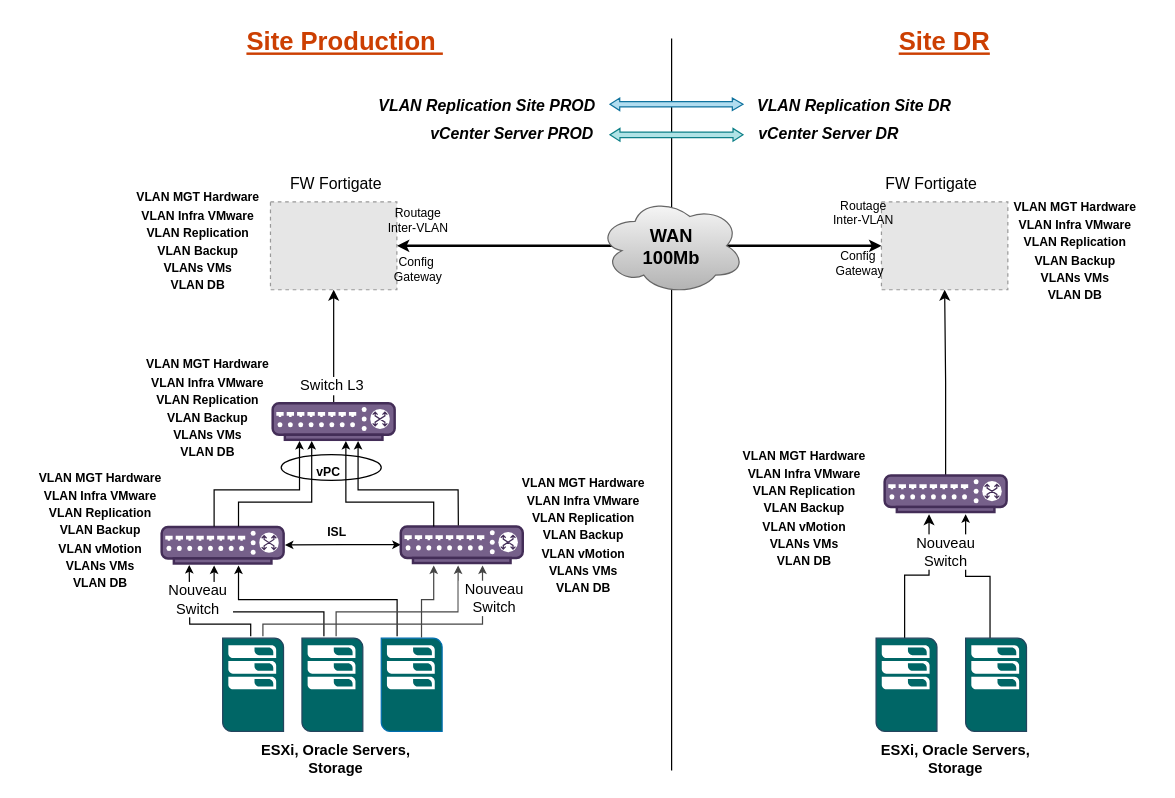
Before: BIM_Network_F.drawio in DrXneaky/Diagram, a draw.io diagram. Source tidied: cells renumbered, new cells numbered last; positions are measured from the earlier drawing's top-left corner, leaving out a move shared by most shapes. Both pictures are drawn from the tidied source at 122%, with x=0, y=0 at pixel (21, 22). Pictures stored in the file or linked from it are replaced by grey dashed boxes.
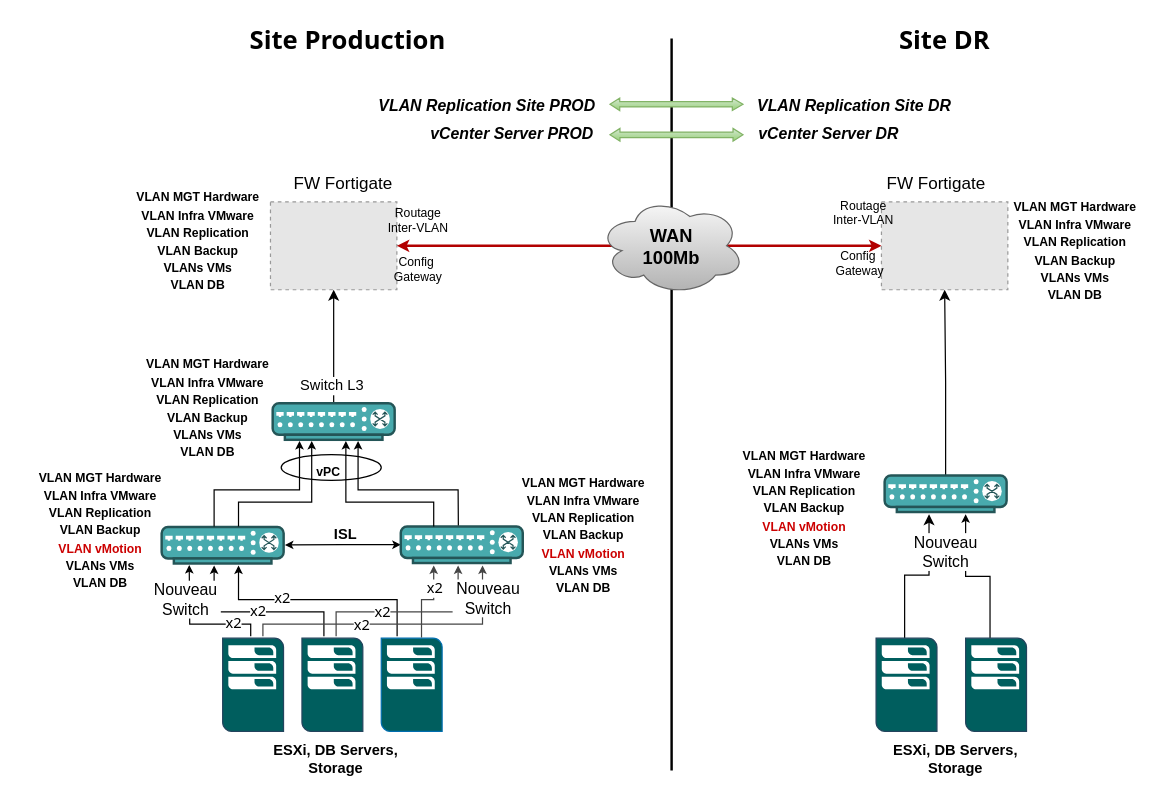
The same page after the edit.

Unchanged cells that the change refers to:
```xml
<mxCell id="12" style="fillColor=#E6E6E6;strokeColor=#999999;dashed=1;verticalLabelPosition=bottom;verticalAlign=top;rotation=0;" parent="1" vertex="1">
  <mxGeometry x="204.2" y="147" width="103.6" height="72" as="geometry" />
</mxCell>
<mxCell id="13" style="fillColor=#E6E6E6;strokeColor=#999999;dashed=1;verticalLabelPosition=bottom;verticalAlign=top;rotation=0;" parent="1" vertex="1">
  <mxGeometry x="705" y="147" width="103.6" height="72" as="geometry" />
</mxCell>
<mxCell id="28" value="&lt;b style=&quot;font-size: 15px&quot;&gt;&lt;font style=&quot;font-size: 15px&quot;&gt;WAN&lt;br&gt;100Mb&lt;br&gt;&lt;/font&gt;&lt;/b&gt;" style="ellipse;shape=cloud;whiteSpace=wrap;html=1;fontSize=10;fillColor=#f5f5f5;gradientColor=#b3b3b3;strokeColor=#666666;" parent="1" vertex="1">
  <mxGeometry x="473" y="143" width="120" height="80" as="geometry" />
</mxCell>
<mxCell id="37" style="endArrow=classic;html=1;rounded=0;startSize=4;endSize=4;endFill=1;entryX=0.226;entryY=1.038;entryDx=0;entryDy=0;entryPerimeter=0;" parent="1" edge="1" target="6">
  <mxGeometry relative="1" as="geometry">
    <mxPoint x="188" y="503" as="sourcePoint" />
    <Array as="points">
      <mxPoint x="188" y="493" />
      <mxPoint x="138" y="493" />
    </Array>
  </mxGeometry>
</mxCell>
<mxCell id="38" style="endArrow=classic;html=1;rounded=0;startSize=4;endSize=4;endFill=1;" parent="1" edge="1">
  <mxGeometry relative="1" as="geometry">
    <mxPoint x="308" y="503" as="sourcePoint" />
    <mxPoint x="178" y="445" as="targetPoint" />
    <Array as="points">
      <mxPoint x="308" y="473" />
      <mxPoint x="178" y="473" />
    </Array>
  </mxGeometry>
</mxCell>
<mxCell id="39" style="endArrow=classic;html=1;rounded=0;startSize=4;endSize=4;endFill=1;" parent="1" edge="1">
  <mxGeometry relative="1" as="geometry">
    <mxPoint x="248" y="503" as="sourcePoint" />
    <mxPoint x="158" y="445" as="targetPoint" />
    <Array as="points">
      <mxPoint x="248" y="483" />
      <mxPoint x="158" y="483" />
    </Array>
  </mxGeometry>
</mxCell>
<mxCell id="40" style="endArrow=classic;html=1;rounded=0;startSize=4;endSize=4;endFill=1;strokeColor=#454545;" parent="1" edge="1">
  <mxGeometry relative="1" as="geometry">
    <mxPoint x="328" y="504" as="sourcePoint" />
    <mxPoint x="338" y="445" as="targetPoint" />
    <Array as="points">
      <mxPoint x="328" y="473" />
      <mxPoint x="338" y="473" />
    </Array>
  </mxGeometry>
</mxCell>
<mxCell id="41" style="endArrow=classic;html=1;rounded=0;startSize=4;endSize=4;endFill=1;strokeColor=#454545;" parent="1" edge="1">
  <mxGeometry relative="1" as="geometry">
    <mxPoint x="258" y="503" as="sourcePoint" />
    <mxPoint x="358" y="445" as="targetPoint" />
    <Array as="points">
      <mxPoint x="258" y="483" />
      <mxPoint x="358" y="483" />
    </Array>
  </mxGeometry>
</mxCell>
<mxCell id="42" style="endArrow=classic;html=1;rounded=0;startSize=4;endSize=4;endFill=1;strokeColor=#454545;" parent="1" edge="1">
  <mxGeometry relative="1" as="geometry">
    <mxPoint x="198" y="503" as="sourcePoint" />
    <mxPoint x="378" y="445" as="targetPoint" />
    <Array as="points">
      <mxPoint x="198" y="493" />
      <mxPoint x="378" y="493" />
    </Array>
  </mxGeometry>
</mxCell>
```

Diff of the diagram source:
```diff
@@
-    <mxCell id="3" style="fontColor=#ffffff;verticalAlign=top;verticalLabelPosition=bottom;labelPosition=center;align=center;html=1;outlineConnect=0;fillColor=#76608a;strokeColor=#432D57;gradientDirection=north;strokeWidth=2;shape=mxgraph.networks.switch;" parent="1" vertex="1">
+    <mxCell id="3" style="fontColor=#ffffff;verticalAlign=top;verticalLabelPosition=bottom;labelPosition=center;align=center;html=1;outlineConnect=0;fillColor=#48AAAD;strokeColor=#245557;gradientDirection=north;strokeWidth=2;shape=mxgraph.networks.switch;" parent="1" vertex="1">
       <mxGeometry x="206" y="312" width="100" height="30" as="geometry" />
     </mxCell>
@@
-    <mxCell id="5" style="verticalAlign=top;verticalLabelPosition=bottom;labelPosition=center;align=center;html=1;outlineConnect=0;gradientDirection=north;strokeWidth=2;shape=mxgraph.networks.switch;fillColor=#76608a;fontColor=#ffffff;strokeColor=#432D57;" parent="1" vertex="1">
+    <mxCell id="5" style="verticalAlign=top;verticalLabelPosition=bottom;labelPosition=center;align=center;html=1;outlineConnect=0;gradientDirection=north;strokeWidth=2;shape=mxgraph.networks.switch;fillColor=#48AAAD;fontColor=#ffffff;strokeColor=#245557;" parent="1" vertex="1">
       <mxGeometry x="311" y="413" width="100" height="30" as="geometry" />
     </mxCell>
-    <mxCell id="6" style="fontColor=#ffffff;verticalAlign=top;verticalLabelPosition=bottom;labelPosition=center;align=center;html=1;outlineConnect=0;fillColor=#76608a;strokeColor=#432D57;gradientDirection=north;strokeWidth=2;shape=mxgraph.networks.switch;" parent="1" vertex="1">
+    <mxCell id="6" style="fontColor=#ffffff;verticalAlign=top;verticalLabelPosition=bottom;labelPosition=center;align=center;html=1;outlineConnect=0;fillColor=#48AAAD;strokeColor=#245557;gradientDirection=north;strokeWidth=2;shape=mxgraph.networks.switch;" parent="1" vertex="1">
       <mxGeometry x="115" y="413.4" width="100" height="30" as="geometry" />
     </mxCell>
-    <mxCell id="7" style="shadow=0;dashed=0;html=1;strokeColor=#23445d;fillColor=#006666;labelPosition=center;verticalLabelPosition=bottom;verticalAlign=top;align=center;shape=mxgraph.veeam.2d.esx_esxi;" parent="1" vertex="1">
+    <mxCell id="7" style="shadow=0;dashed=0;html=1;strokeColor=#23445d;fillColor=#005E5E;labelPosition=center;verticalLabelPosition=bottom;verticalAlign=top;align=center;shape=mxgraph.veeam.2d.esx_esxi;" parent="1" vertex="1">
       <mxGeometry x="165" y="504.6" width="49.9" height="76.4" as="geometry" />
     </mxCell>
@@
-    <mxCell id="9" style="fontColor=#ffffff;verticalAlign=top;verticalLabelPosition=bottom;labelPosition=center;align=center;html=1;outlineConnect=0;fillColor=#76608a;strokeColor=#432D57;gradientDirection=north;strokeWidth=2;shape=mxgraph.networks.switch;" parent="1" vertex="1">
+    <mxCell id="9" style="fontColor=#ffffff;verticalAlign=top;verticalLabelPosition=bottom;labelPosition=center;align=center;html=1;outlineConnect=0;fillColor=#48AAAD;strokeColor=#245557;gradientDirection=north;strokeWidth=2;shape=mxgraph.networks.switch;" parent="1" vertex="1">
       <mxGeometry x="707.6" y="371.2" width="100" height="30" as="geometry" />
     </mxCell>
-    <mxCell id="10" style="endArrow=none;html=1;rounded=0;" parent="1" edge="1">
+    <mxCell id="10" style="endArrow=none;html=1;rounded=0;fontSize=12;strokeWidth=2;" parent="1" edge="1">
       <mxGeometry relative="1" as="geometry">
         <mxPoint x="533" y="613" as="sourcePoint" />
         <mxPoint x="533" y="13" as="targetPoint" />
       </mxGeometry>
     </mxCell>
-    <mxCell id="11" style="edgeStyle=orthogonalEdgeStyle;rounded=0;jettySize=auto;html=1;exitX=1;exitY=0.5;exitDx=0;exitDy=0;entryX=0.16;entryY=0.55;entryDx=0;entryDy=0;entryPerimeter=0;fontSize=11;startArrow=classic;startFill=1;endArrow=none;endFill=0;startSize=4;endSize=4;strokeColor=#000000;strokeWidth=2;" parent="1" edge="1" source="12" target="28">
-      <mxGeometry relative="1" as="geometry">
-        <Array as="points">
-          <mxPoint x="507" y="183" />
-          <mxPoint x="507" y="187" />
-        </Array>
-      </mxGeometry>
-    </mxCell>
@@
-    <mxCell id="19" value="&lt;span style=&quot;font-size: 10px&quot;&gt;&lt;b&gt;ISL&lt;/b&gt;&lt;/span&gt;" style="text;html=1;strokeColor=none;fillColor=none;align=center;verticalAlign=middle;whiteSpace=wrap;rounded=0;" parent="1" vertex="1">
-      <mxGeometry x="244" y="407.5" width="30" height="19" as="geometry" />
+    <mxCell id="19" value="&lt;b&gt;&lt;font style=&quot;font-size: 12px&quot;&gt;ISL&lt;/font&gt;&lt;/b&gt;" style="text;html=1;strokeColor=none;fillColor=none;align=center;verticalAlign=middle;whiteSpace=wrap;rounded=0;" parent="1" vertex="1">
+      <mxGeometry x="250.5" y="410.5" width="30" height="19" as="geometry" />
     </mxCell>
@@
-    <mxCell id="21" style="shadow=0;dashed=0;html=1;strokeColor=#23445d;fillColor=#006666;labelPosition=center;verticalLabelPosition=bottom;verticalAlign=top;align=center;shape=mxgraph.veeam.2d.esx_esxi;" parent="1" vertex="1">
+    <mxCell id="21" style="shadow=0;dashed=0;html=1;strokeColor=#23445d;fillColor=#005E5E;labelPosition=center;verticalLabelPosition=bottom;verticalAlign=top;align=center;shape=mxgraph.veeam.2d.esx_esxi;" parent="1" vertex="1">
       <mxGeometry x="230" y="504.6" width="49.9" height="76.4" as="geometry" />
     </mxCell>
-    <mxCell id="22" style="shadow=0;dashed=0;html=1;strokeColor=#006EAF;fillColor=#006666;labelPosition=center;verticalLabelPosition=bottom;verticalAlign=top;align=center;shape=mxgraph.veeam.2d.esx_esxi;fontColor=#ffffff;" parent="1" vertex="1">
+    <mxCell id="22" style="shadow=0;dashed=0;html=1;strokeColor=#006EAF;fillColor=#005E5E;labelPosition=center;verticalLabelPosition=bottom;verticalAlign=top;align=center;shape=mxgraph.veeam.2d.esx_esxi;fontColor=#ffffff;" parent="1" vertex="1">
       <mxGeometry x="295" y="504.6" width="49.9" height="76.4" as="geometry" />
     </mxCell>
@@
-    <mxCell id="24" style="shadow=0;dashed=0;html=1;strokeColor=#23445d;fillColor=#006666;labelPosition=center;verticalLabelPosition=bottom;verticalAlign=top;align=center;outlineConnect=0;shape=mxgraph.veeam.2d.esx_esxi;" parent="1" vertex="1">
+    <mxCell id="24" style="shadow=0;dashed=0;html=1;strokeColor=#23445d;fillColor=#005E5E;labelPosition=center;verticalLabelPosition=bottom;verticalAlign=top;align=center;outlineConnect=0;shape=mxgraph.veeam.2d.esx_esxi;" parent="1" vertex="1">
       <mxGeometry x="700.6" y="504.6" width="49.9" height="76.4" as="geometry" />
     </mxCell>
@@
-    <mxCell id="26" style="shadow=0;dashed=0;html=1;strokeColor=#23445d;fillColor=#006666;labelPosition=center;verticalLabelPosition=bottom;verticalAlign=top;align=center;outlineConnect=0;shape=mxgraph.veeam.2d.esx_esxi;" parent="1" vertex="1">
+    <mxCell id="26" style="shadow=0;dashed=0;html=1;strokeColor=#23445d;fillColor=#005E5E;labelPosition=center;verticalLabelPosition=bottom;verticalAlign=top;align=center;outlineConnect=0;shape=mxgraph.veeam.2d.esx_esxi;" parent="1" vertex="1">
       <mxGeometry x="774" y="504.6" width="49.9" height="76.4" as="geometry" />
     </mxCell>
-    <mxCell id="27" style="edgeStyle=orthogonalEdgeStyle;rounded=0;jettySize=auto;html=1;exitX=0.875;exitY=0.5;exitDx=0;exitDy=0;exitPerimeter=0;fontSize=11;startArrow=none;startFill=0;endArrow=classic;endFill=1;startSize=4;endSize=4;strokeColor=#000000;strokeWidth=2;" parent="1" edge="1" source="28" target="13">
+    <mxCell id="27" style="edgeStyle=orthogonalEdgeStyle;rounded=0;jettySize=auto;html=1;exitX=1;exitY=0.5;exitDx=0;exitDy=0;fontSize=11;startArrow=classic;startFill=1;endArrow=classic;endFill=1;startSize=4;endSize=4;strokeColor=#B20000;strokeWidth=2;fillColor=#e51400;" parent="1" edge="1" source="12" target="13">
       <mxGeometry relative="1" as="geometry" />
     </mxCell>
@@
-    <mxCell id="29" value="&lt;b&gt;&lt;font style=&quot;font-size: 21px&quot; color=&quot;#cc3f02&quot;&gt;&lt;u&gt;Site Production&amp;nbsp;&lt;/u&gt;&lt;/font&gt;&lt;/b&gt;" style="text;html=1;align=center;verticalAlign=middle;whiteSpace=wrap;rounded=0;fontSize=15;" parent="1" vertex="1">
-      <mxGeometry x="183" width="165" height="30" as="geometry" />
+    <mxCell id="29" value="&lt;b&gt;&lt;font style=&quot;font-size: 21px&quot; face=&quot;Tahoma&quot;&gt;Site Production&amp;nbsp;&lt;/font&gt;&lt;/b&gt;" style="text;html=1;align=center;verticalAlign=middle;whiteSpace=wrap;rounded=0;fontSize=15;" parent="1" vertex="1">
+      <mxGeometry x="183" y="-1" width="175" height="30" as="geometry" />
     </mxCell>
-    <mxCell id="30" value="&lt;b&gt;&lt;font style=&quot;font-size: 21px&quot; color=&quot;#cc3f02&quot;&gt;&lt;u&gt;Site DR&lt;/u&gt;&lt;/font&gt;&lt;/b&gt;" style="text;html=1;strokeColor=none;fillColor=none;align=center;verticalAlign=middle;whiteSpace=wrap;rounded=0;fontSize=15;" parent="1" vertex="1">
-      <mxGeometry x="690.9" width="132" height="30" as="geometry" />
+    <mxCell id="30" value="&lt;b&gt;&lt;font style=&quot;font-size: 21px&quot; face=&quot;Tahoma&quot;&gt;Site DR&lt;/font&gt;&lt;/b&gt;" style="text;html=1;strokeColor=none;fillColor=none;align=center;verticalAlign=middle;whiteSpace=wrap;rounded=0;fontSize=15;" parent="1" vertex="1">
+      <mxGeometry x="690.9" y="-1" width="132" height="30" as="geometry" />
     </mxCell>
-    <mxCell id="31" style="shape=flexArrow;endArrow=classic;startArrow=classic;html=1;rounded=0;fontSize=15;width=4.5810055865921795;endSize=2.387096774193548;endWidth=4.8618337380043934;startSize=2.387096774193548;startWidth=4.8618337380043934;fillColor=#b0e3e6;strokeColor=#0e8088;" parent="1" edge="1">
+    <mxCell id="31" style="shape=flexArrow;endArrow=classic;startArrow=classic;html=1;rounded=0;fontSize=15;width=4.5810055865921795;endSize=2.387096774193548;endWidth=4.8618337380043934;startSize=2.387096774193548;startWidth=4.8618337380043934;fillColor=#d5e8d4;strokeColor=#82b366;gradientColor=#97d077;" parent="1" edge="1">
       <mxGeometry relative="1" as="geometry">
         <mxPoint x="482" y="92" as="sourcePoint" />
         <mxPoint x="592" y="92" as="targetPoint" />
       </mxGeometry>
     </mxCell>
-    <mxCell id="32" style="shape=flexArrow;endArrow=classic;startArrow=classic;html=1;rounded=0;fontSize=15;width=4.357541899441341;endSize=2.575418994413408;endWidth=4.888112106363722;startSize=2.321787709497207;startWidth=4.888112106363722;fillColor=#b1ddf0;strokeColor=#10739e;" parent="1" edge="1">
+    <mxCell id="32" style="shape=flexArrow;endArrow=classic;startArrow=classic;html=1;rounded=0;fontSize=15;width=4.357541899441341;endSize=2.575418994413408;endWidth=4.888112106363722;startSize=2.321787709497207;startWidth=4.888112106363722;fillColor=#d5e8d4;strokeColor=#82b366;gradientColor=#97d077;" parent="1" edge="1">
       <mxGeometry relative="1" as="geometry">
         <mxPoint x="482" y="67" as="sourcePoint" />
         <mxPoint x="592" y="67" as="targetPoint" />
       </mxGeometry>
     </mxCell>
@@
+    <mxCell id="61" value="x2" style="edgeLabel;html=1;align=center;verticalAlign=middle;fontSize=12;fontFamily=Tahoma;fontColor=#000000;" parent="37" vertex="1">
+      <mxGeometry x="-0.54" y="-1" relative="1" as="geometry" />
+    </mxCell>
@@
+    <mxCell id="62" value="x2" style="edgeLabel;html=1;align=center;verticalAlign=middle;fontSize=12;fontFamily=Tahoma;fontColor=#000000;" parent="38" vertex="1">
+      <mxGeometry x="0.34" y="1" relative="1" as="geometry">
+        <mxPoint x="1" y="-3" as="offset" />
+      </mxGeometry>
+    </mxCell>
@@
+    <mxCell id="63" value="x2" style="edgeLabel;html=1;align=center;verticalAlign=middle;fontSize=12;fontFamily=Tahoma;fontColor=#000000;" parent="39" vertex="1">
+      <mxGeometry x="0.01" y="-1" relative="1" as="geometry" />
+    </mxCell>
@@
+    <mxCell id="64" value="x2" style="edgeLabel;html=1;align=center;verticalAlign=middle;fontSize=12;fontFamily=Tahoma;fontColor=#000000;" parent="40" vertex="1">
+      <mxGeometry x="-0.2" relative="1" as="geometry">
+        <mxPoint x="10" y="-13" as="offset" />
+      </mxGeometry>
+    </mxCell>
@@
+    <mxCell id="65" value="x2" style="edgeLabel;html=1;align=center;verticalAlign=middle;fontSize=12;fontFamily=Tahoma;fontColor=#000000;" parent="41" vertex="1">
+      <mxGeometry x="-0.63" relative="1" as="geometry">
+        <mxPoint x="28" as="offset" />
+      </mxGeometry>
+    </mxCell>
@@
+    <mxCell id="66" value="x2" style="edgeLabel;html=1;align=center;verticalAlign=middle;fontSize=12;fontFamily=Tahoma;fontColor=#000000;" parent="42" vertex="1">
+      <mxGeometry x="-0.81" relative="1" as="geometry">
+        <mxPoint x="67" as="offset" />
+      </mxGeometry>
+    </mxCell>
-    <mxCell id="43" value="&lt;b&gt;ESXi, Oracle Servers, Storage&lt;/b&gt;" style="text;html=1;strokeColor=none;fillColor=none;align=center;verticalAlign=middle;whiteSpace=wrap;rounded=0;" parent="1" vertex="1">
+    <mxCell id="43" value="&lt;b&gt;ESXi, DB Servers, Storage&lt;/b&gt;" style="text;html=1;strokeColor=none;fillColor=none;align=center;verticalAlign=middle;whiteSpace=wrap;rounded=0;" parent="1" vertex="1">
       <mxGeometry x="188" y="589" width="140" height="30" as="geometry" />
     </mxCell>
@@
-    <mxCell id="45" value="Nouveau Switch" style="text;html=1;strokeColor=none;fillColor=none;align=center;verticalAlign=middle;whiteSpace=wrap;rounded=0;labelBorderColor=none;labelBackgroundColor=default;" parent="1" vertex="1">
-      <mxGeometry x="115" y="463" width="60" height="20" as="geometry" />
+    <mxCell id="45" value="&lt;font style=&quot;font-size: 13px&quot;&gt;Nouveau Switch&lt;/font&gt;" style="text;html=1;strokeColor=none;fillColor=none;align=center;verticalAlign=middle;whiteSpace=wrap;rounded=0;labelBorderColor=none;labelBackgroundColor=default;" parent="1" vertex="1">
+      <mxGeometry x="105" y="463" width="60" height="20" as="geometry" />
     </mxCell>
-    <mxCell id="46" value="Nouveau Switch" style="text;html=1;strokeColor=none;fillColor=none;align=center;verticalAlign=middle;whiteSpace=wrap;rounded=0;labelBorderColor=none;labelBackgroundColor=default;" parent="1" vertex="1">
-      <mxGeometry x="358" y="463" width="60" height="18" as="geometry" />
+    <mxCell id="46" value="&lt;font style=&quot;font-size: 13px&quot;&gt;Nouveau Switch&lt;/font&gt;" style="text;html=1;strokeColor=none;fillColor=none;align=center;verticalAlign=middle;whiteSpace=wrap;rounded=0;labelBorderColor=none;labelBackgroundColor=default;" parent="1" vertex="1">
+      <mxGeometry x="353" y="463" width="60" height="18" as="geometry" />
     </mxCell>
-    <mxCell id="47" value="&lt;b&gt;ESXi, Oracle Servers, Storage&lt;/b&gt;" style="text;html=1;strokeColor=none;fillColor=none;align=center;verticalAlign=middle;whiteSpace=wrap;rounded=0;" parent="1" vertex="1">
+    <mxCell id="47" value="&lt;b&gt;ESXi, DB Servers, Storage&lt;/b&gt;" style="text;html=1;strokeColor=none;fillColor=none;align=center;verticalAlign=middle;whiteSpace=wrap;rounded=0;" parent="1" vertex="1">
       <mxGeometry x="695.5" y="589" width="140" height="30" as="geometry" />
     </mxCell>
-    <mxCell id="48" value="Nouveau Switch" style="text;html=1;strokeColor=none;fillColor=none;align=center;verticalAlign=middle;whiteSpace=wrap;rounded=0;labelBorderColor=none;labelBackgroundColor=default;" parent="1" vertex="1">
+    <mxCell id="48" value="&lt;font style=&quot;font-size: 13px&quot;&gt;Nouveau Switch&lt;/font&gt;" style="text;html=1;strokeColor=none;fillColor=none;align=center;verticalAlign=middle;whiteSpace=wrap;rounded=0;labelBorderColor=none;labelBackgroundColor=default;" parent="1" vertex="1">
       <mxGeometry x="727.6" y="425.4" width="60" height="18" as="geometry" />
     </mxCell>
-    <mxCell id="49" value="&lt;b style=&quot;font-size: 10px ; background-color: rgb(255 , 255 , 255)&quot;&gt;VLAN MGT Hardware&lt;br&gt;VLAN Infra VMware&lt;br&gt;VLAN Replication&lt;br&gt;VLAN Backup&lt;br&gt;VLAN vMotion&lt;br&gt;VLANs VMs&lt;br&gt;VLAN DB&lt;/b&gt;" style="text;html=1;strokeColor=none;fillColor=none;align=center;verticalAlign=middle;whiteSpace=wrap;rounded=0;" parent="1" vertex="1">
+    <mxCell id="49" value="&lt;b style=&quot;font-size: 10px ; background-color: rgb(255 , 255 , 255)&quot;&gt;VLAN MGT Hardware&lt;br&gt;VLAN Infra VMware&lt;br&gt;VLAN Replication&lt;br&gt;VLAN Backup&lt;br&gt;&lt;font color=&quot;#cc0000&quot;&gt;VLAN vMotion&lt;/font&gt;&lt;br&gt;VLANs VMs&lt;br&gt;VLAN DB&lt;/b&gt;" style="text;html=1;strokeColor=none;fillColor=none;align=center;verticalAlign=middle;whiteSpace=wrap;rounded=0;" parent="1" vertex="1">
       <mxGeometry y="361" width="130" height="110" as="geometry" />
     </mxCell>
@@
-    <mxCell id="51" value="&lt;b style=&quot;font-size: 10px ; background-color: rgb(255 , 255 , 255)&quot;&gt;VLAN MGT Hardware&lt;br&gt;VLAN Infra VMware&lt;br&gt;VLAN Replication&lt;br&gt;VLAN Backup&lt;br&gt;VLAN vMotion&lt;br&gt;VLANs VMs&lt;br&gt;VLAN DB&lt;/b&gt;" style="text;html=1;strokeColor=none;fillColor=none;align=center;verticalAlign=middle;whiteSpace=wrap;rounded=0;" parent="1" vertex="1">
+    <mxCell id="51" value="&lt;b style=&quot;font-size: 10px ; background-color: rgb(255 , 255 , 255)&quot;&gt;VLAN MGT Hardware&lt;br&gt;VLAN Infra VMware&lt;br&gt;VLAN Replication&lt;br&gt;VLAN Backup&lt;br&gt;&lt;font color=&quot;#cc0000&quot;&gt;VLAN vMotion&lt;/font&gt;&lt;br&gt;VLANs VMs&lt;br&gt;VLAN DB&lt;/b&gt;" style="text;html=1;strokeColor=none;fillColor=none;align=center;verticalAlign=middle;whiteSpace=wrap;rounded=0;" parent="1" vertex="1">
       <mxGeometry x="396" y="365" width="130" height="110" as="geometry" />
     </mxCell>
@@
-    <mxCell id="53" value="&lt;b style=&quot;font-size: 10px ; background-color: rgb(255 , 255 , 255)&quot;&gt;VLAN MGT Hardware&lt;br&gt;VLAN Infra VMware&lt;br&gt;VLAN Replication&lt;br&gt;VLAN Backup&lt;br&gt;VLAN vMotion&lt;br&gt;VLANs VMs&lt;br&gt;VLAN DB&lt;/b&gt;" style="text;html=1;strokeColor=none;fillColor=none;align=center;verticalAlign=middle;whiteSpace=wrap;rounded=0;" parent="1" vertex="1">
+    <mxCell id="53" value="&lt;b style=&quot;font-size: 10px ; background-color: rgb(255 , 255 , 255)&quot;&gt;VLAN MGT Hardware&lt;br&gt;VLAN Infra VMware&lt;br&gt;VLAN Replication&lt;br&gt;VLAN Backup&lt;br&gt;&lt;font color=&quot;#cc0000&quot;&gt;VLAN vMotion&lt;/font&gt;&lt;br&gt;VLANs VMs&lt;br&gt;VLAN DB&lt;/b&gt;" style="text;html=1;strokeColor=none;fillColor=none;align=center;verticalAlign=middle;whiteSpace=wrap;rounded=0;" parent="1" vertex="1">
       <mxGeometry x="577" y="343" width="130" height="110" as="geometry" />
     </mxCell>
@@
-    <mxCell id="55" value="&lt;font style=&quot;font-size: 13px&quot;&gt;FW Fortigate&amp;nbsp;&lt;/font&gt;" style="text;html=1;strokeColor=none;fillColor=none;align=center;verticalAlign=middle;whiteSpace=wrap;rounded=0;labelBorderColor=none;labelBackgroundColor=default;" parent="1" vertex="1">
-      <mxGeometry x="218" y="123" width="84" height="18" as="geometry" />
+    <mxCell id="55" value="&lt;font style=&quot;font-size: 14px&quot;&gt;FW Fortigate&amp;nbsp;&lt;/font&gt;" style="text;html=1;strokeColor=none;fillColor=none;align=center;verticalAlign=middle;whiteSpace=wrap;rounded=0;labelBorderColor=none;labelBackgroundColor=default;" parent="1" vertex="1">
+      <mxGeometry x="216" y="123" width="100" height="18" as="geometry" />
     </mxCell>
-    <mxCell id="56" value="&lt;font style=&quot;font-size: 13px&quot;&gt;FW Fortigate&amp;nbsp;&lt;/font&gt;" style="text;html=1;strokeColor=none;fillColor=none;align=center;verticalAlign=middle;whiteSpace=wrap;rounded=0;labelBorderColor=none;labelBackgroundColor=default;" parent="1" vertex="1">
-      <mxGeometry x="706" y="123" width="84" height="18" as="geometry" />
+    <mxCell id="56" value="&lt;font style=&quot;font-size: 14px&quot;&gt;FW Fortigate&amp;nbsp;&lt;/font&gt;" style="text;html=1;strokeColor=none;fillColor=none;align=center;verticalAlign=middle;whiteSpace=wrap;rounded=0;labelBorderColor=none;labelBackgroundColor=default;" parent="1" vertex="1">
+      <mxGeometry x="706" y="123" width="92" height="18" as="geometry" />
     </mxCell>
```
